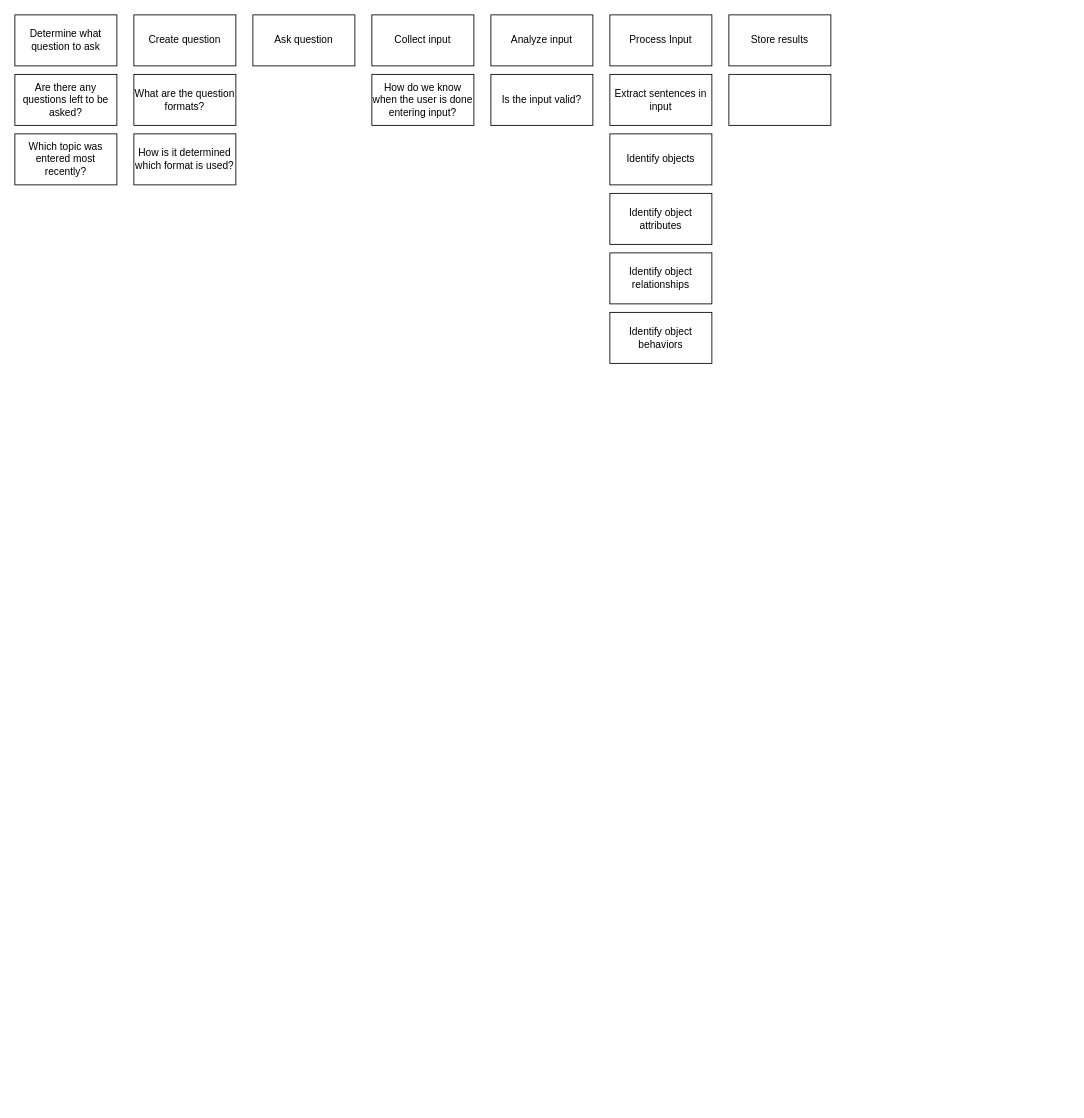
This is bx.dio from William-Lake/Pectin, a draw.io file, before an edit. Source tidied: cells renumbered, new cells numbered last; positions are measured from the earlier drawing's top-left corner, leaving out a move shared by most shapes. Both pictures are drawn from the tidied source at 85%, with x=0, y=0 at pixel (14, 14).
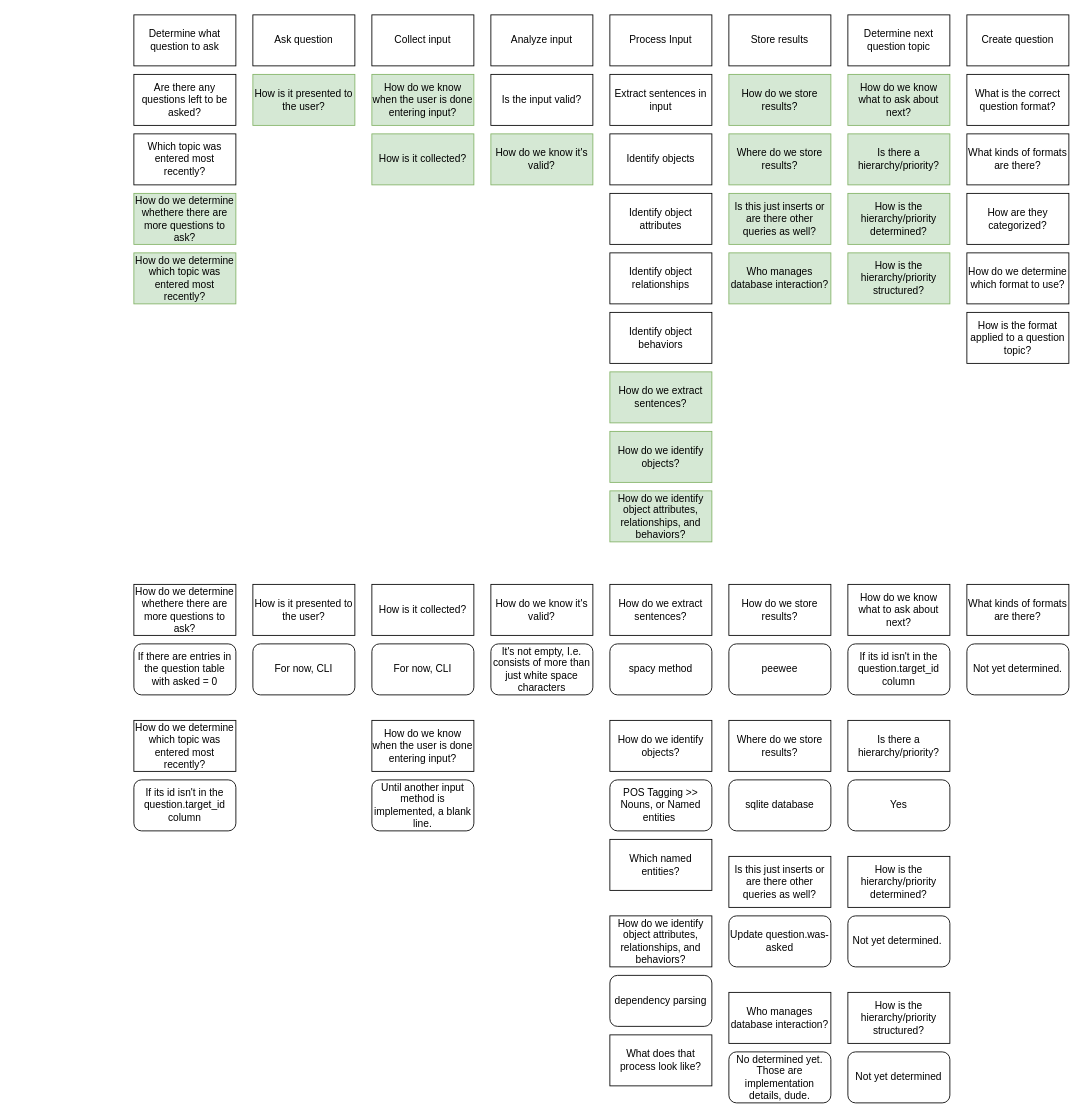
After the change.

Diff of the diagram source:
```diff
@@
     <mxCell id="2" value="Determine what question to ask" style="rounded=0;whiteSpace=wrap;html=1;" parent="1" vertex="1">
-      <mxGeometry width="120" height="60" as="geometry" />
+      <mxGeometry x="140" width="120" height="60" as="geometry" />
     </mxCell>
@@
     <mxCell id="8" value="Are there any questions left to be asked?" style="rounded=0;whiteSpace=wrap;html=1;" parent="1" vertex="1">
-      <mxGeometry y="70" width="120" height="60" as="geometry" />
+      <mxGeometry x="140" y="70" width="120" height="60" as="geometry" />
     </mxCell>
     <mxCell id="9" value="Which topic was entered most recently?" style="rounded=0;whiteSpace=wrap;html=1;" parent="1" vertex="1">
-      <mxGeometry y="140" width="120" height="60" as="geometry" />
+      <mxGeometry x="140" y="140" width="120" height="60" as="geometry" />
     </mxCell>
-    <mxCell id="10" value="Create question" style="rounded=0;whiteSpace=wrap;html=1;" parent="1" vertex="1">
-      <mxGeometry x="140" width="120" height="60" as="geometry" />
-    </mxCell>
-    <mxCell id="11" value="What are the question formats?" style="rounded=0;whiteSpace=wrap;html=1;" parent="1" vertex="1">
-      <mxGeometry x="140" y="70" width="120" height="60" as="geometry" />
-    </mxCell>
-    <mxCell id="12" value="How is it determined which format is used?" style="rounded=0;whiteSpace=wrap;html=1;" parent="1" vertex="1">
-      <mxGeometry x="140" y="140" width="120" height="60" as="geometry" />
-    </mxCell>
-    <mxCell id="13" value="How do we know when the user is done entering input?" style="rounded=0;whiteSpace=wrap;html=1;" parent="1" vertex="1">
+    <mxCell id="13" value="How do we know when the user is done entering input?" style="rounded=0;whiteSpace=wrap;html=1;fillColor=#d5e8d4;strokeColor=#82b366;" parent="1" vertex="1">
       <mxGeometry x="420" y="70" width="120" height="60" as="geometry" />
     </mxCell>
@@
-    <mxCell id="20" style="rounded=0;whiteSpace=wrap;html=1;" parent="1" vertex="1">
+    <mxCell id="20" value="How do we store results?" style="rounded=0;whiteSpace=wrap;html=1;fillColor=#d5e8d4;strokeColor=#82b366;" parent="1" vertex="1">
       <mxGeometry x="840" y="70" width="120" height="60" as="geometry" />
     </mxCell>
+    <mxCell id="21" value="How is it presented to the user?" style="rounded=0;whiteSpace=wrap;html=1;fillColor=#d5e8d4;strokeColor=#82b366;" parent="1" vertex="1">
+      <mxGeometry x="280" y="70" width="120" height="60" as="geometry" />
+    </mxCell>
+    <mxCell id="22" value="How is it collected?" style="rounded=0;whiteSpace=wrap;html=1;fillColor=#d5e8d4;strokeColor=#82b366;" parent="1" vertex="1">
+      <mxGeometry x="420" y="140" width="120" height="60" as="geometry" />
+    </mxCell>
+    <mxCell id="23" value="How do we know it's valid?" style="rounded=0;whiteSpace=wrap;html=1;fillColor=#d5e8d4;strokeColor=#82b366;" parent="1" vertex="1">
+      <mxGeometry x="560" y="140" width="120" height="60" as="geometry" />
+    </mxCell>
+    <mxCell id="24" value="How do we extract sentences?" style="rounded=0;whiteSpace=wrap;html=1;fillColor=#d5e8d4;strokeColor=#82b366;" parent="1" vertex="1">
+      <mxGeometry x="700" y="420" width="120" height="60" as="geometry" />
+    </mxCell>
+    <mxCell id="25" value="How do we identify objects?" style="rounded=0;whiteSpace=wrap;html=1;fillColor=#d5e8d4;strokeColor=#82b366;" parent="1" vertex="1">
+      <mxGeometry x="700" y="490" width="120" height="60" as="geometry" />
+    </mxCell>
+    <mxCell id="26" value="How do we identify object attributes, relationships, and behaviors?" style="rounded=0;whiteSpace=wrap;html=1;fillColor=#d5e8d4;strokeColor=#82b366;" parent="1" vertex="1">
+      <mxGeometry x="700" y="560" width="120" height="60" as="geometry" />
+    </mxCell>
+    <mxCell id="27" value="Where do we store results?" style="rounded=0;whiteSpace=wrap;html=1;fillColor=#d5e8d4;strokeColor=#82b366;" parent="1" vertex="1">
+      <mxGeometry x="840" y="140" width="120" height="60" as="geometry" />
+    </mxCell>
+    <mxCell id="28" value="Is this just inserts or are there other queries as well?" style="rounded=0;whiteSpace=wrap;html=1;fillColor=#d5e8d4;strokeColor=#82b366;" parent="1" vertex="1">
+      <mxGeometry x="840" y="210" width="120" height="60" as="geometry" />
+    </mxCell>
+    <mxCell id="29" value="Who manages database interaction?" style="rounded=0;whiteSpace=wrap;html=1;fillColor=#d5e8d4;strokeColor=#82b366;" parent="1" vertex="1">
+      <mxGeometry x="840" y="280" width="120" height="60" as="geometry" />
+    </mxCell>
+    <mxCell id="30" value="How do we determine whethere there are more questions to ask?" style="rounded=0;whiteSpace=wrap;html=1;fillColor=#d5e8d4;strokeColor=#82b366;" parent="1" vertex="1">
+      <mxGeometry x="140" y="210" width="120" height="60" as="geometry" />
+    </mxCell>
+    <mxCell id="31" value="How do we determine which topic was entered most recently?" style="rounded=0;whiteSpace=wrap;html=1;fillColor=#d5e8d4;strokeColor=#82b366;" parent="1" vertex="1">
+      <mxGeometry x="140" y="280" width="120" height="60" as="geometry" />
+    </mxCell>
+    <mxCell id="10" value="Create question" style="rounded=0;whiteSpace=wrap;html=1;" parent="1" vertex="1">
+      <mxGeometry x="1120" width="120" height="60" as="geometry" />
+    </mxCell>
+    <mxCell id="32" value="What is the correct question format?" style="rounded=0;whiteSpace=wrap;html=1;" parent="1" vertex="1">
+      <mxGeometry x="1120" y="70" width="120" height="60" as="geometry" />
+    </mxCell>
+    <mxCell id="33" value="What kinds of formats are there?" style="rounded=0;whiteSpace=wrap;html=1;" parent="1" vertex="1">
+      <mxGeometry x="1120" y="140" width="120" height="60" as="geometry" />
+    </mxCell>
+    <mxCell id="34" value="How are they categorized?" style="rounded=0;whiteSpace=wrap;html=1;" parent="1" vertex="1">
+      <mxGeometry x="1120" y="210" width="120" height="60" as="geometry" />
+    </mxCell>
+    <mxCell id="35" value="How do we determine which format to use?" style="rounded=0;whiteSpace=wrap;html=1;" parent="1" vertex="1">
+      <mxGeometry x="1120" y="280" width="120" height="60" as="geometry" />
+    </mxCell>
+    <mxCell id="36" value="How is the format applied to a question topic?" style="rounded=0;whiteSpace=wrap;html=1;" parent="1" vertex="1">
+      <mxGeometry x="1120" y="350" width="120" height="60" as="geometry" />
+    </mxCell>
+    <mxCell id="37" value="Determine next question topic" style="rounded=0;whiteSpace=wrap;html=1;" parent="1" vertex="1">
+      <mxGeometry x="980" width="120" height="60" as="geometry" />
+    </mxCell>
+    <mxCell id="38" value="How do we know what to ask about next?" style="rounded=0;whiteSpace=wrap;html=1;fillColor=#d5e8d4;strokeColor=#82b366;" parent="1" vertex="1">
+      <mxGeometry x="980" y="70" width="120" height="60" as="geometry" />
+    </mxCell>
+    <mxCell id="39" value="Is there a hierarchy/priority?" style="rounded=0;whiteSpace=wrap;html=1;fillColor=#d5e8d4;strokeColor=#82b366;" parent="1" vertex="1">
+      <mxGeometry x="980" y="140" width="120" height="60" as="geometry" />
+    </mxCell>
+    <mxCell id="40" value="How is the hierarchy/priority determined?" style="rounded=0;whiteSpace=wrap;html=1;fillColor=#d5e8d4;strokeColor=#82b366;" parent="1" vertex="1">
+      <mxGeometry x="980" y="210" width="120" height="60" as="geometry" />
+    </mxCell>
+    <mxCell id="41" value="How is the hierarchy/priority structured?" style="rounded=0;whiteSpace=wrap;html=1;fillColor=#d5e8d4;strokeColor=#82b366;" parent="1" vertex="1">
+      <mxGeometry x="980" y="280" width="120" height="60" as="geometry" />
+    </mxCell>
+    <mxCell id="42" value="How do we determine whethere there are more questions to ask?" style="rounded=0;whiteSpace=wrap;html=1;" parent="1" vertex="1">
+      <mxGeometry x="140" y="670" width="120" height="60" as="geometry" />
+    </mxCell>
+    <mxCell id="43" value="If there are entries in the question table with asked = 0" style="rounded=1;whiteSpace=wrap;html=1;" parent="1" vertex="1">
+      <mxGeometry x="140" y="740" width="120" height="60" as="geometry" />
+    </mxCell>
+    <mxCell id="44" value="How do we determine which topic was entered most recently?" style="rounded=0;whiteSpace=wrap;html=1;" parent="1" vertex="1">
+      <mxGeometry x="140" y="830" width="120" height="60" as="geometry" />
+    </mxCell>
+    <mxCell id="45" value="If its id isn't in the question.target_id column" style="rounded=1;whiteSpace=wrap;html=1;" parent="1" vertex="1">
+      <mxGeometry x="140" y="900" width="120" height="60" as="geometry" />
+    </mxCell>
+    <mxCell id="46" value="How is it presented to the user?" style="rounded=0;whiteSpace=wrap;html=1;" parent="1" vertex="1">
+      <mxGeometry x="280" y="670" width="120" height="60" as="geometry" />
+    </mxCell>
+    <mxCell id="47" value="For now, CLI" style="rounded=1;whiteSpace=wrap;html=1;" parent="1" vertex="1">
+      <mxGeometry x="280" y="740" width="120" height="60" as="geometry" />
+    </mxCell>
+    <mxCell id="48" value="How is it collected?" style="rounded=0;whiteSpace=wrap;html=1;" parent="1" vertex="1">
+      <mxGeometry x="420" y="670" width="120" height="60" as="geometry" />
+    </mxCell>
+    <mxCell id="49" value="For now, CLI" style="rounded=1;whiteSpace=wrap;html=1;" parent="1" vertex="1">
+      <mxGeometry x="420" y="740" width="120" height="60" as="geometry" />
+    </mxCell>
+    <mxCell id="50" value="How do we know when the user is done entering input?" style="rounded=0;whiteSpace=wrap;html=1;" parent="1" vertex="1">
+      <mxGeometry x="420" y="830" width="120" height="60" as="geometry" />
+    </mxCell>
+    <mxCell id="51" value="Until another input method is implemented, a blank line." style="rounded=1;whiteSpace=wrap;html=1;" parent="1" vertex="1">
+      <mxGeometry x="420" y="900" width="120" height="60" as="geometry" />
+    </mxCell>
+    <mxCell id="52" value="How do we know it's valid?" style="rounded=0;whiteSpace=wrap;html=1;" parent="1" vertex="1">
+      <mxGeometry x="560" y="670" width="120" height="60" as="geometry" />
+    </mxCell>
+    <mxCell id="53" value="It's not empty, I.e. consists of more than just white space characters" style="rounded=1;whiteSpace=wrap;html=1;" parent="1" vertex="1">
+      <mxGeometry x="560" y="740" width="120" height="60" as="geometry" />
+    </mxCell>
+    <mxCell id="54" value="How do we extract sentences?" style="rounded=0;whiteSpace=wrap;html=1;" parent="1" vertex="1">
+      <mxGeometry x="700" y="670" width="120" height="60" as="geometry" />
+    </mxCell>
+    <mxCell id="55" value="spacy method" style="rounded=1;whiteSpace=wrap;html=1;" parent="1" vertex="1">
+      <mxGeometry x="700" y="740" width="120" height="60" as="geometry" />
+    </mxCell>
+    <mxCell id="56" value="How do we identify objects?" style="rounded=0;whiteSpace=wrap;html=1;" parent="1" vertex="1">
+      <mxGeometry x="700" y="830" width="120" height="60" as="geometry" />
+    </mxCell>
+    <mxCell id="57" value="POS Tagging &amp;gt;&amp;gt; Nouns, or Named entities&amp;nbsp;" style="rounded=1;whiteSpace=wrap;html=1;" parent="1" vertex="1">
+      <mxGeometry x="700" y="900" width="120" height="60" as="geometry" />
+    </mxCell>
+    <mxCell id="58" value="Which named entities?" style="rounded=0;whiteSpace=wrap;html=1;" parent="1" vertex="1">
+      <mxGeometry x="700" y="970" width="120" height="60" as="geometry" />
+    </mxCell>
+    <mxCell id="59" value="How do we identify object attributes, relationships, and behaviors?" style="rounded=0;whiteSpace=wrap;html=1;" parent="1" vertex="1">
+      <mxGeometry x="700" y="1060" width="120" height="60" as="geometry" />
+    </mxCell>
+    <mxCell id="60" value="dependency parsing" style="rounded=1;whiteSpace=wrap;html=1;" parent="1" vertex="1">
+      <mxGeometry x="700" y="1130" width="120" height="60" as="geometry" />
+    </mxCell>
+    <mxCell id="61" value="What does that process look like?" style="rounded=0;whiteSpace=wrap;html=1;" parent="1" vertex="1">
+      <mxGeometry x="700" y="1200" width="120" height="60" as="geometry" />
+    </mxCell>
+    <mxCell id="62" value="How do we store results?" style="rounded=0;whiteSpace=wrap;html=1;" parent="1" vertex="1">
+      <mxGeometry x="840" y="670" width="120" height="60" as="geometry" />
+    </mxCell>
+    <mxCell id="63" value="peewee" style="rounded=1;whiteSpace=wrap;html=1;" parent="1" vertex="1">
+      <mxGeometry x="840" y="740" width="120" height="60" as="geometry" />
+    </mxCell>
+    <mxCell id="64" value="Where do we store results?" style="rounded=0;whiteSpace=wrap;html=1;" parent="1" vertex="1">
+      <mxGeometry x="840" y="830" width="120" height="60" as="geometry" />
+    </mxCell>
+    <mxCell id="65" value="Is this just inserts or are there other queries as well?" style="rounded=0;whiteSpace=wrap;html=1;" parent="1" vertex="1">
+      <mxGeometry x="840" y="990" width="120" height="60" as="geometry" />
+    </mxCell>
+    <mxCell id="66" value="Update question.was-asked" style="rounded=1;whiteSpace=wrap;html=1;" parent="1" vertex="1">
+      <mxGeometry x="840" y="1060" width="120" height="60" as="geometry" />
+    </mxCell>
+    <mxCell id="67" value="Who manages database interaction?" style="rounded=0;whiteSpace=wrap;html=1;" parent="1" vertex="1">
+      <mxGeometry x="840" y="1150" width="120" height="60" as="geometry" />
+    </mxCell>
+    <mxCell id="68" value="No determined yet. Those are implementation details, dude." style="rounded=1;whiteSpace=wrap;html=1;" parent="1" vertex="1">
+      <mxGeometry x="840" y="1220" width="120" height="60" as="geometry" />
+    </mxCell>
+    <mxCell id="69" value="How do we know what to ask about next?" style="rounded=0;whiteSpace=wrap;html=1;" parent="1" vertex="1">
+      <mxGeometry x="980" y="670" width="120" height="60" as="geometry" />
+    </mxCell>
+    <mxCell id="70" value="&lt;span&gt;If its id isn't in the question.target_id column&lt;/span&gt;" style="rounded=1;whiteSpace=wrap;html=1;" parent="1" vertex="1">
+      <mxGeometry x="980" y="740" width="120" height="60" as="geometry" />
+    </mxCell>
+    <mxCell id="71" value="Is there a hierarchy/priority?" style="rounded=0;whiteSpace=wrap;html=1;" parent="1" vertex="1">
+      <mxGeometry x="980" y="830" width="120" height="60" as="geometry" />
+    </mxCell>
+    <mxCell id="72" value="Yes" style="rounded=1;whiteSpace=wrap;html=1;" parent="1" vertex="1">
+      <mxGeometry x="980" y="900" width="120" height="60" as="geometry" />
+    </mxCell>
+    <mxCell id="73" value="How is the hierarchy/priority determined?" style="rounded=0;whiteSpace=wrap;html=1;" parent="1" vertex="1">
+      <mxGeometry x="980" y="990" width="120" height="60" as="geometry" />
+    </mxCell>
+    <mxCell id="74" value="Not yet determined.&amp;nbsp;" style="rounded=1;whiteSpace=wrap;html=1;" parent="1" vertex="1">
+      <mxGeometry x="980" y="1060" width="120" height="60" as="geometry" />
+    </mxCell>
+    <mxCell id="75" value="How is the hierarchy/priority structured?" style="rounded=0;whiteSpace=wrap;html=1;" parent="1" vertex="1">
+      <mxGeometry x="980" y="1150" width="120" height="60" as="geometry" />
+    </mxCell>
+    <mxCell id="76" value="Not yet determined" style="rounded=1;whiteSpace=wrap;html=1;" parent="1" vertex="1">
+      <mxGeometry x="980" y="1220" width="120" height="60" as="geometry" />
+    </mxCell>
+    <mxCell id="77" value="&lt;span&gt;sqlite database&lt;/span&gt;" style="rounded=1;whiteSpace=wrap;html=1;" parent="1" vertex="1">
+      <mxGeometry x="840" y="900" width="120" height="60" as="geometry" />
+    </mxCell>
+    <mxCell id="78" value="What kinds of formats are there?" style="rounded=0;whiteSpace=wrap;html=1;" parent="1" vertex="1">
+      <mxGeometry x="1120" y="670" width="120" height="60" as="geometry" />
+    </mxCell>
+    <mxCell id="79" value="Not yet determined." style="rounded=1;whiteSpace=wrap;html=1;" parent="1" vertex="1">
+      <mxGeometry x="1120" y="740" width="120" height="60" as="geometry" />
+    </mxCell>
```
